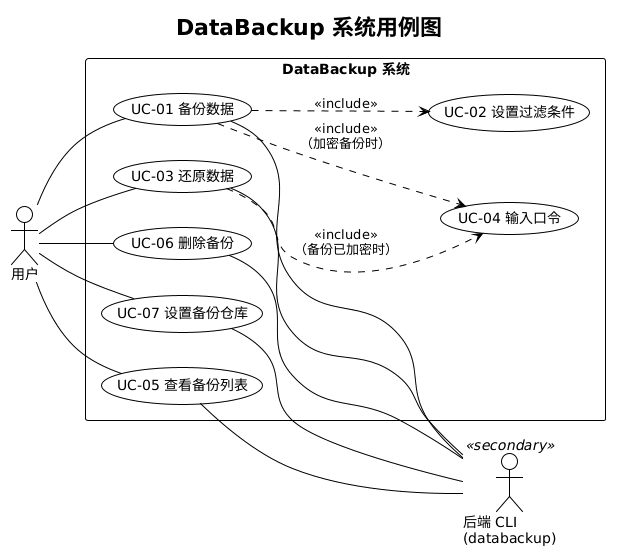
Earlier version of the PlantUML export docs/deliverables/diagrams/use-cases.png (Piaoxuemoli/software-class-qoobeewang).
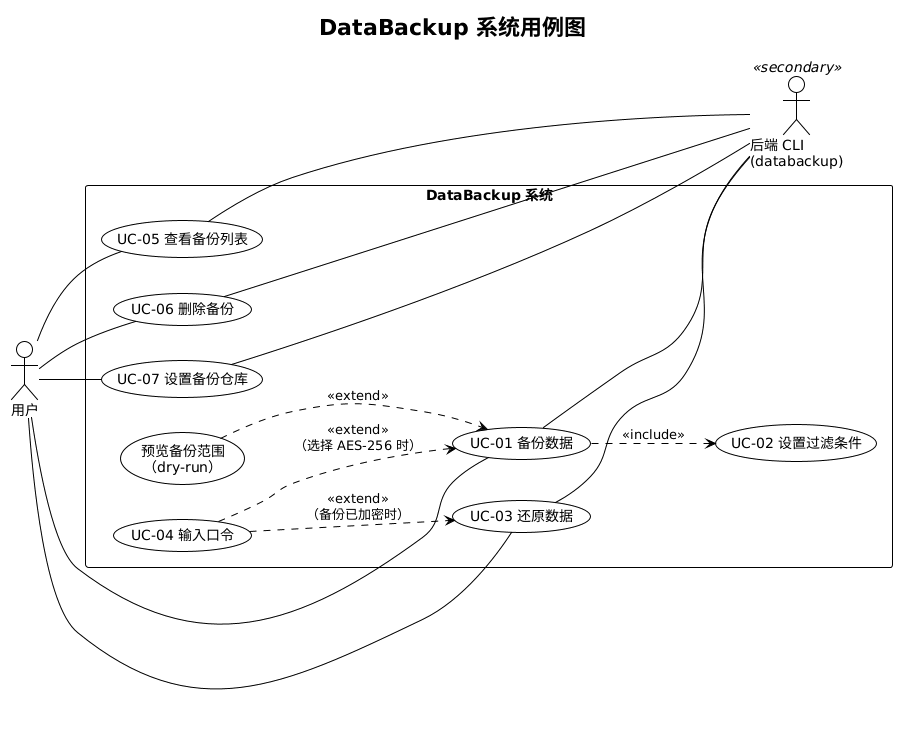
Above is the later version.

The edit, as a diff of the source:
```diff
@@ -11,6 +11,7 @@
   usecase "UC-02 设置过滤条件" as uc02
   usecase "UC-03 还原数据" as uc03
   usecase "UC-04 输入口令" as uc04
+  usecase "预览备份范围\n（dry-run）" as uc01x
   usecase "UC-05 查看备份列表" as uc05
   usecase "UC-06 删除备份" as uc06
   usecase "UC-07 设置备份仓库" as uc07
@@ -22,8 +23,9 @@
 user -- uc06
 user -- uc07
 uc01 ..> uc02 : <<include>>
-uc01 ..> uc04 : <<include>>\n（加密备份时）
-uc03 ..> uc04 : <<include>>\n（备份已加密时）
+uc04 ..> uc01 : <<extend>>\n（选择 AES-256 时）
+uc04 ..> uc03 : <<extend>>\n（备份已加密时）
+uc01x ..> uc01 : <<extend>>
 uc01 -- cli
 uc03 -- cli
 uc05 -- cli
```
